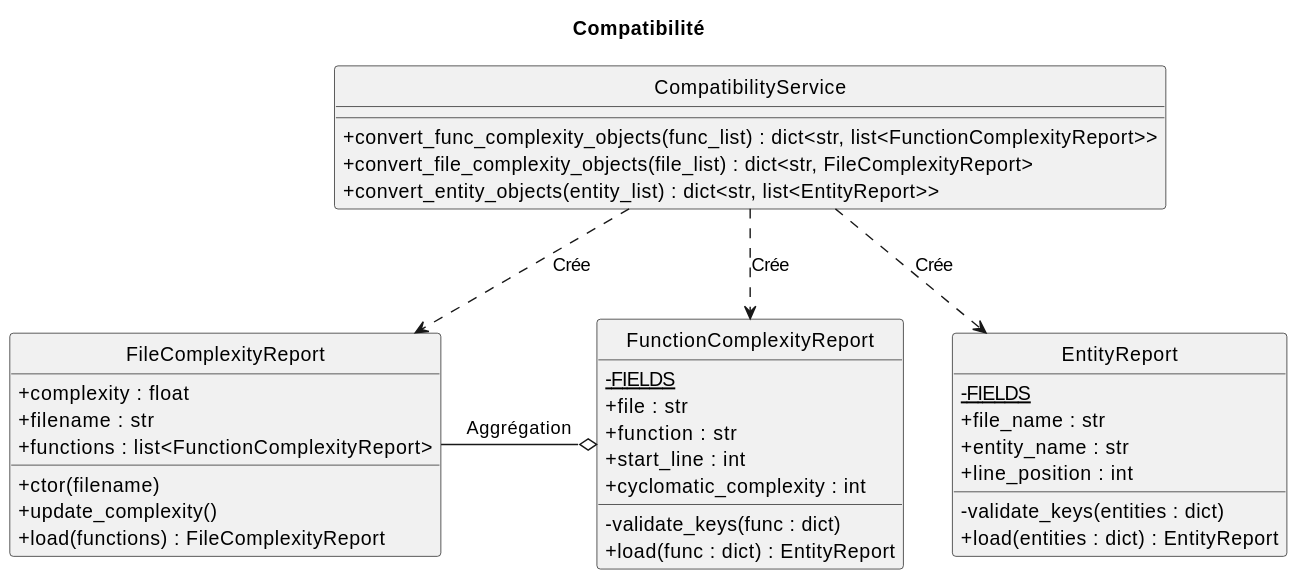
This is doc/wiki/puml/recomm_compatibilite.svg from CAMaji/technical_debts, a PlantUML export, as it was before one commit.
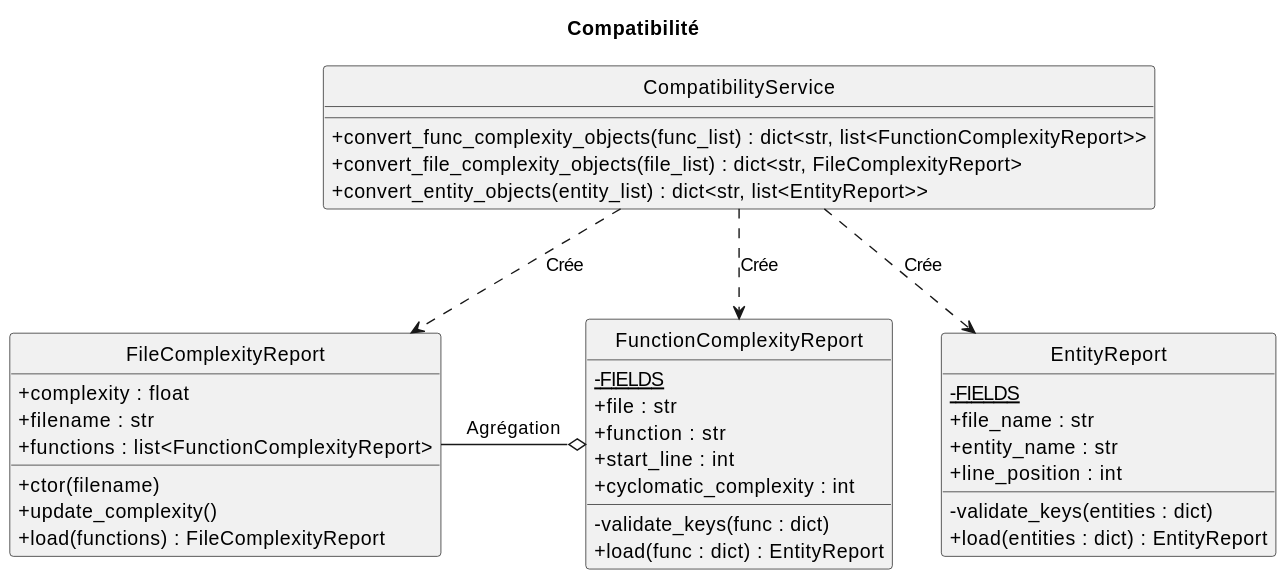
The same file after the commit.

What changed in the source:
```diff
@@ -41,5 +41,5 @@
 CompatibilityService .down.> FileComplexityReport : "Crée"
 CompatibilityService .down.> FunctionComplexityReport : "Crée"
 CompatibilityService .down.> EntityReport : "Crée"
-FileComplexityReport -right-o FunctionComplexityReport : "Aggrégation"
+FileComplexityReport -right-o FunctionComplexityReport : "Agrégation"
 @enduml
```
